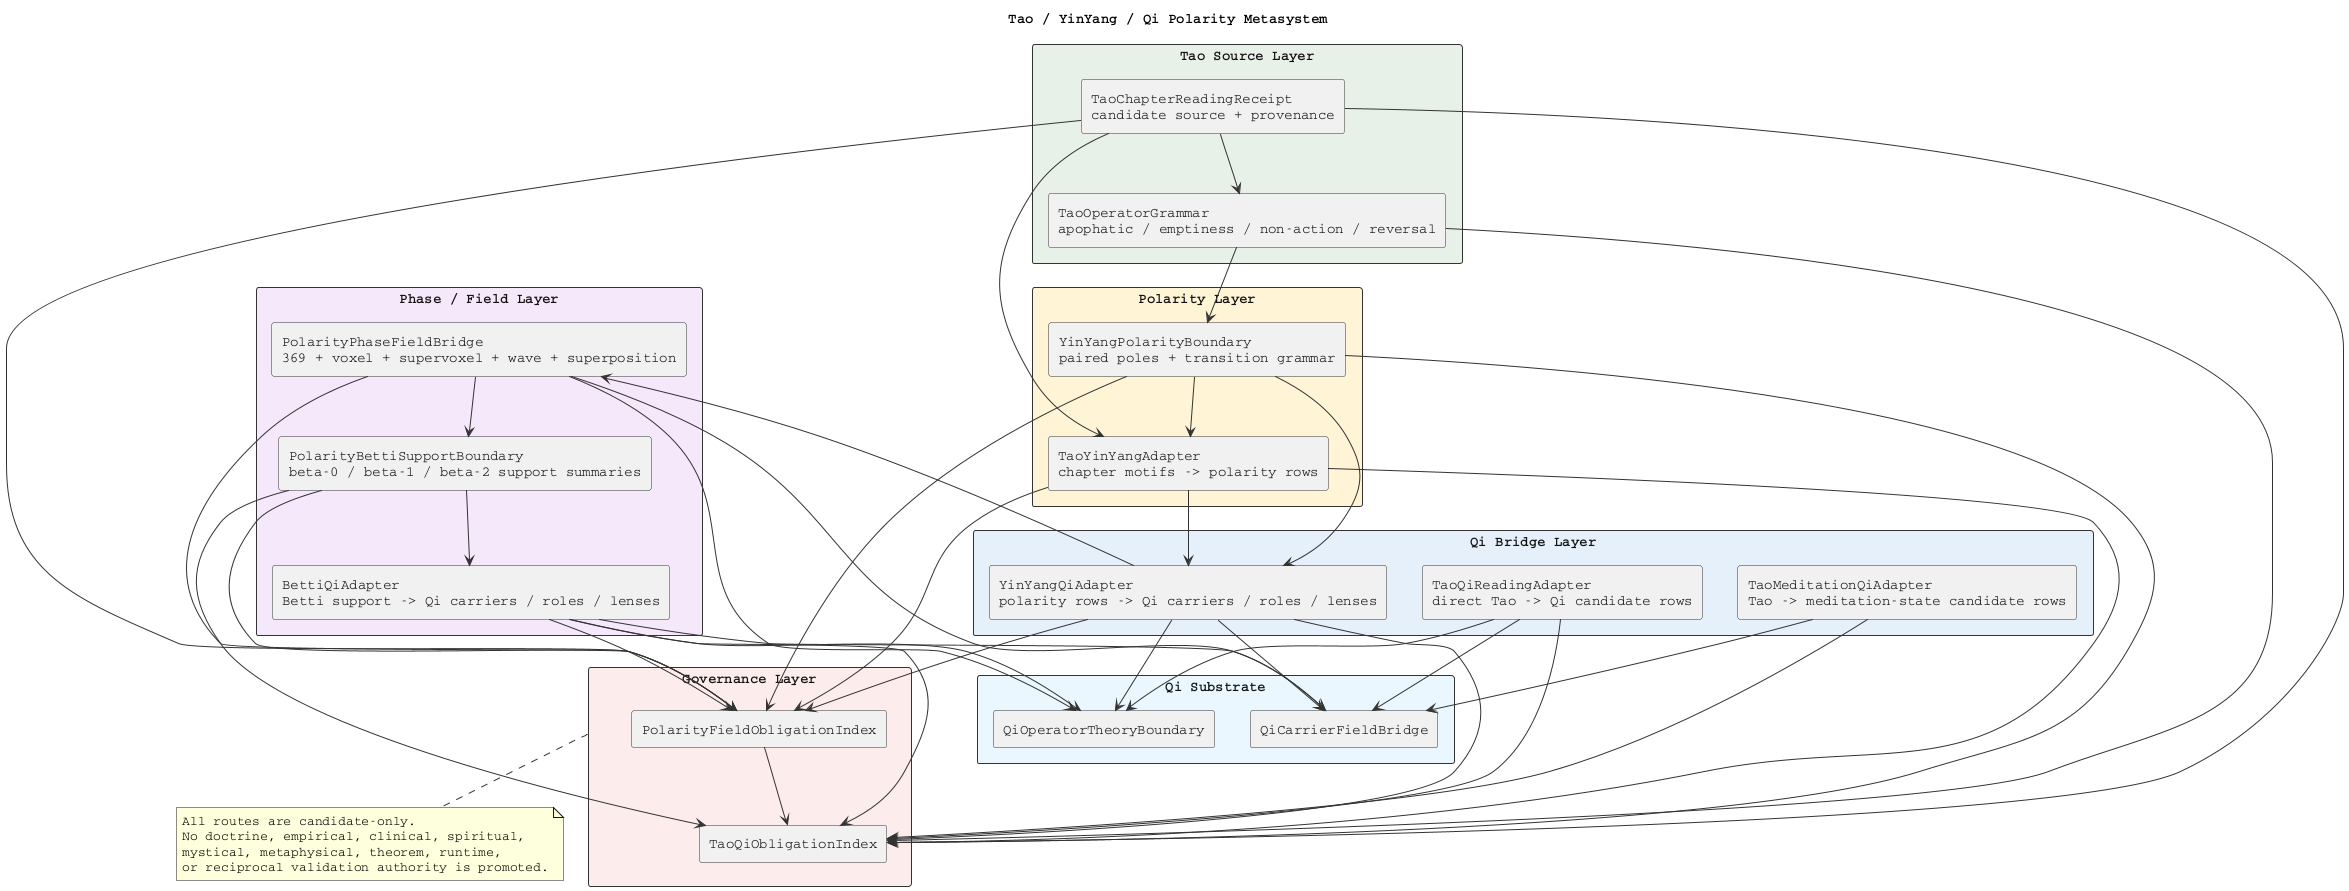
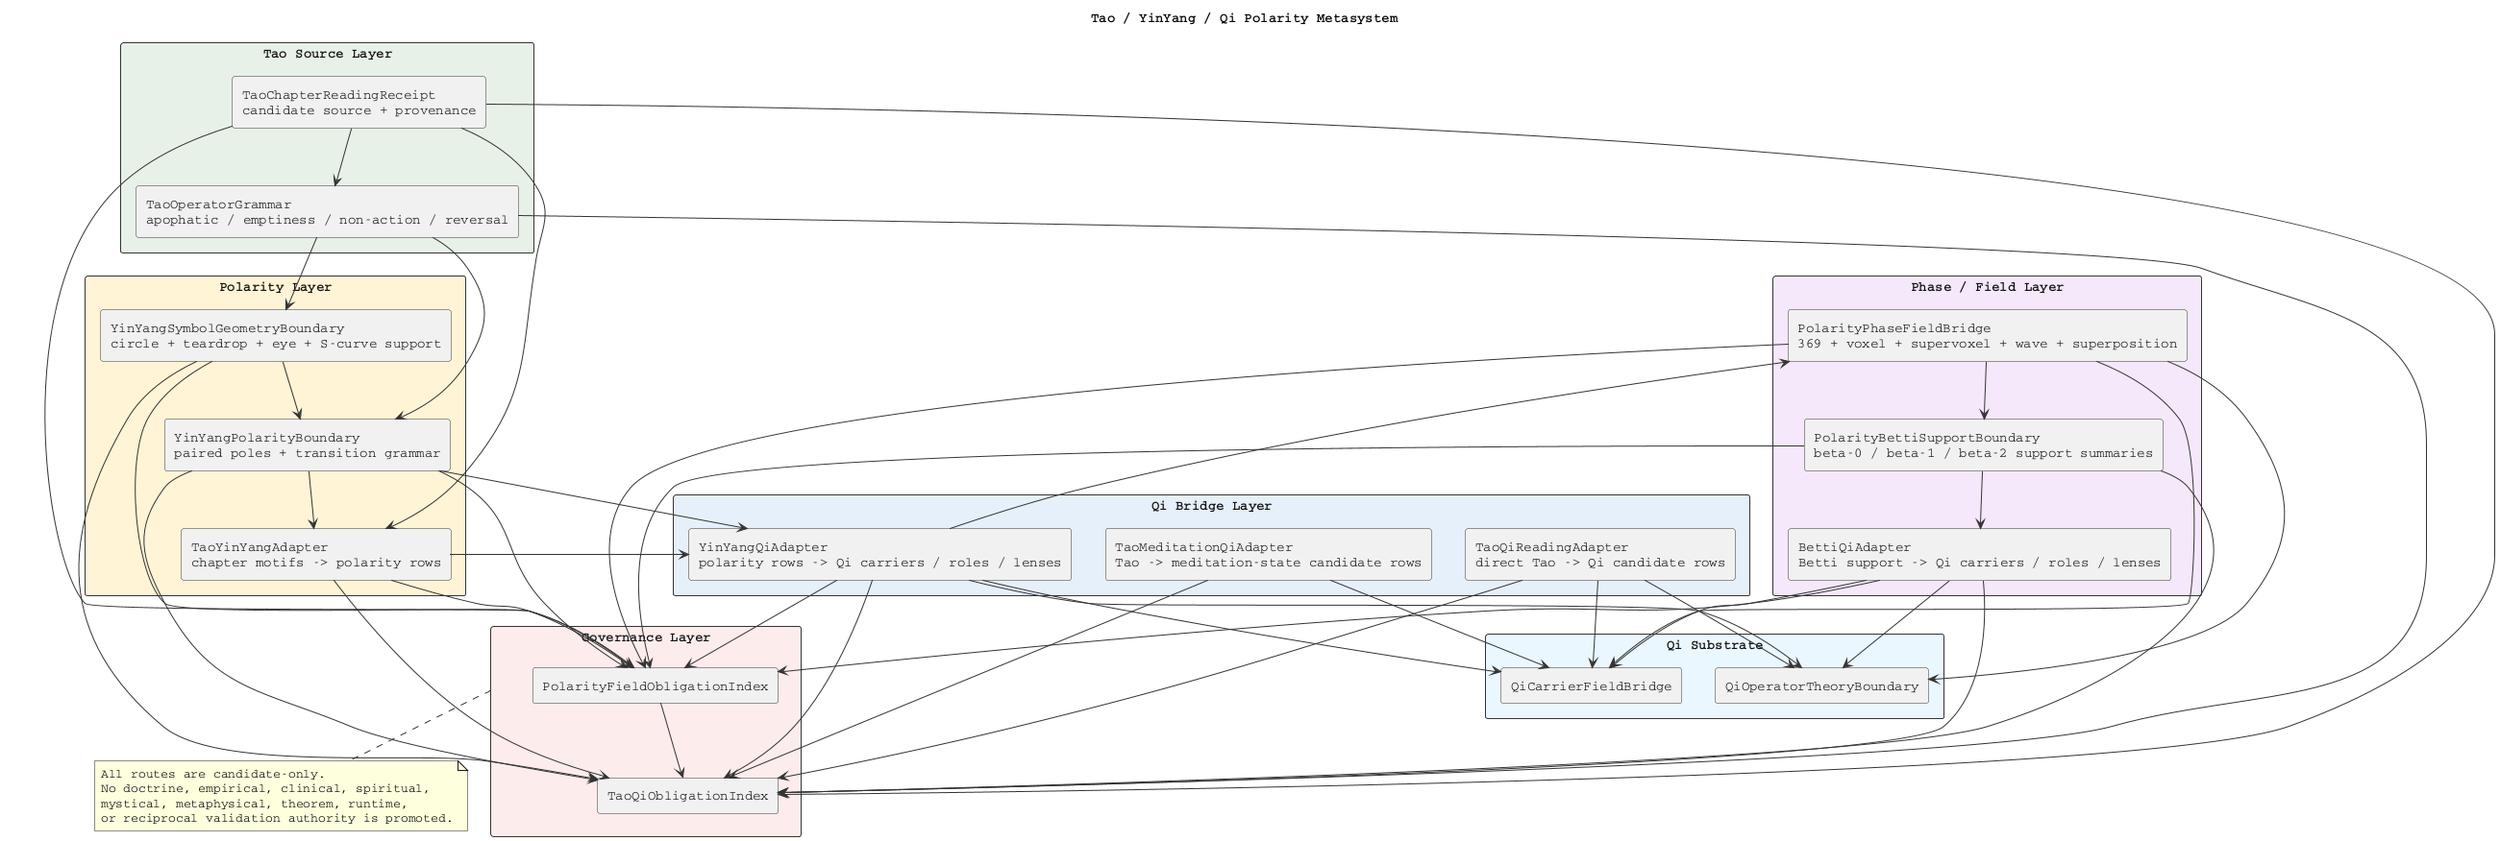
@startuml TaoQiPolarityMetasystem
title Tao / YinYang / Qi Polarity Metasystem

skinparam backgroundColor white
skinparam shadowing false
skinparam defaultFontName Courier
skinparam packageStyle rectangle
skinparam ArrowColor #333333
skinparam RectangleBorderColor #333333
skinparam RectangleFontColor #111111

rectangle "Tao Source Layer" as TaoSource #E8F1E8 {
  rectangle "TaoChapterReadingReceipt\ncandidate source + provenance" as TaoChapter
  rectangle "TaoOperatorGrammar\napophatic / emptiness / non-action / reversal" as TaoOps
}

rectangle "Polarity Layer" as Polarity #FFF4D6 {
+   rectangle "YinYangSymbolGeometryBoundary\ncircle + teardrop + eye + S-curve support" as YinYangGeometry
  rectangle "YinYangPolarityBoundary\npaired poles + transition grammar" as YinYangBoundary
  rectangle "TaoYinYangAdapter\nchapter motifs -> polarity rows" as TaoYinYang
}

rectangle "Qi Bridge Layer" as QiBridgeLayer #E6F0FA {
  rectangle "YinYangQiAdapter\npolarity rows -> Qi carriers / roles / lenses" as YinYangQi
  rectangle "TaoQiReadingAdapter\ndirect Tao -> Qi candidate rows" as TaoQi
  rectangle "TaoMeditationQiAdapter\nTao -> meditation-state candidate rows" as TaoMeditation
}

rectangle "Phase / Field Layer" as FieldLayer #F4E8FA {
  rectangle "PolarityPhaseFieldBridge\n369 + voxel + supervoxel + wave + superposition" as PhaseField
  rectangle "PolarityBettiSupportBoundary\nbeta-0 / beta-1 / beta-2 support summaries" as BettiSupport
  rectangle "BettiQiAdapter\nBetti support -> Qi carriers / roles / lenses" as BettiQi
}

rectangle "Qi Substrate" as QiSubstrate #EAF7FF {
  rectangle "QiCarrierFieldBridge" as QiCarrier
  rectangle "QiOperatorTheoryBoundary" as QiOperator
}

rectangle "Governance Layer" as Governance #FDECEC {
  rectangle "PolarityFieldObligationIndex" as PolarityIndex
  rectangle "TaoQiObligationIndex" as TaoQiIndex
}

TaoChapter --> TaoOps
+ TaoOps --> YinYangGeometry
+ YinYangGeometry --> YinYangBoundary
TaoOps --> YinYangBoundary
TaoChapter --> TaoYinYang
YinYangBoundary --> TaoYinYang
TaoYinYang --> YinYangQi
YinYangBoundary --> YinYangQi
YinYangQi --> PhaseField
PhaseField --> BettiSupport
BettiSupport --> BettiQi
BettiQi --> QiCarrier
BettiQi --> QiOperator
YinYangQi --> QiCarrier
YinYangQi --> QiOperator
TaoQi --> QiCarrier
TaoQi --> QiOperator
TaoMeditation --> QiCarrier
PhaseField --> QiCarrier
PhaseField --> QiOperator

TaoChapter --> PolarityIndex
+ YinYangGeometry --> PolarityIndex
YinYangBoundary --> PolarityIndex
TaoYinYang --> PolarityIndex
YinYangQi --> PolarityIndex
PhaseField --> PolarityIndex
BettiSupport --> PolarityIndex
BettiQi --> PolarityIndex

TaoChapter --> TaoQiIndex
TaoOps --> TaoQiIndex
+ YinYangGeometry --> TaoQiIndex
YinYangBoundary --> TaoQiIndex
TaoYinYang --> TaoQiIndex
YinYangQi --> TaoQiIndex
BettiSupport --> TaoQiIndex
BettiQi --> TaoQiIndex
TaoQi --> TaoQiIndex
TaoMeditation --> TaoQiIndex
PolarityIndex --> TaoQiIndex

note bottom of Governance
All routes are candidate-only.
No doctrine, empirical, clinical, spiritual,
mystical, metaphysical, theorem, runtime,
or reciprocal validation authority is promoted.
end note

@enduml
